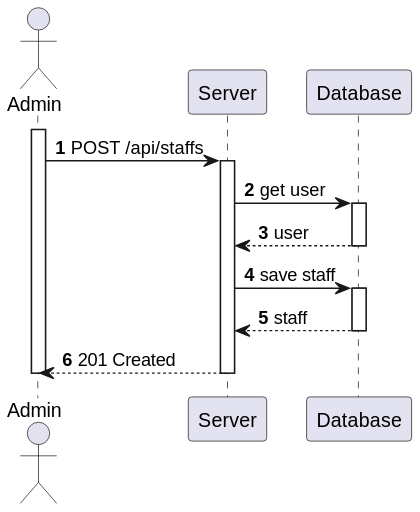
Before: docs/sprint-a/us-5.1.12/views/level3/process-view.svg, a diagram exported from PlantUML (1220846/sem5pi-24-25-3ddg20).
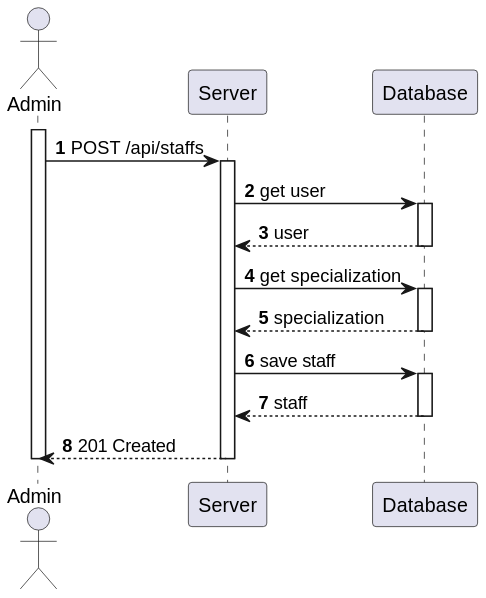
The same diagram one commit later.

Diff of the diagram source:
```diff
@@ -6,10 +6,13 @@
 activate Adm
     Adm -> Server : POST /api/staffs
     activate Server
-
         Server -> Database : get user
         activate Database
             Database --> Server : user
+        deactivate Database
+        Server -> Database : get specialization
+        activate Database
+            Database --> Server : specialization
         deactivate Database
         Server -> Database : save staff
         activate Database
```
